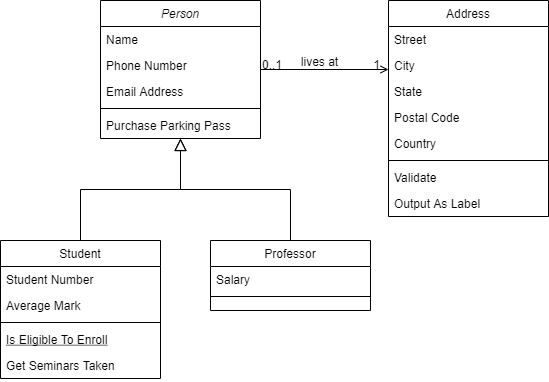
The draw.io diagram DiagramaOO-001.png in Reinaldo0/Faculdade, before a commit. Source tidied: cells renumbered, new cells last; positions are measured from the earlier drawing's top-left corner, leaving out a move shared by most shapes. Source of this version:
```xml
<mxGraphModel>
  <root>
    <mxCell id="0" />
    <mxCell id="1" parent="0" />
    <mxCell id="2" value="Person" style="swimlane;fontStyle=2;align=center;verticalAlign=top;horizontal=1;startSize=26;rounded=0;shadow=0;strokeWidth=1;" parent="1" vertex="1">
      <mxGeometry x="100" width="160" height="138" as="geometry" />
    </mxCell>
    <mxCell id="3" value="Name" style="text;align=left;verticalAlign=top;spacingLeft=4;spacingRight=4;overflow=hidden;" parent="2" vertex="1">
      <mxGeometry y="26" width="160" height="26" as="geometry" />
    </mxCell>
    <mxCell id="4" value="Phone Number" style="text;align=left;verticalAlign=top;spacingLeft=4;spacingRight=4;overflow=hidden;rounded=0;shadow=0;html=0;" parent="2" vertex="1">
      <mxGeometry y="52" width="160" height="26" as="geometry" />
    </mxCell>
    <mxCell id="5" value="Email Address" style="text;align=left;verticalAlign=top;spacingLeft=4;spacingRight=4;overflow=hidden;rounded=0;shadow=0;html=0;" parent="2" vertex="1">
      <mxGeometry y="78" width="160" height="26" as="geometry" />
    </mxCell>
    <mxCell id="6" style="line;html=1;strokeWidth=1;align=left;verticalAlign=middle;spacingTop=-1;spacingLeft=3;spacingRight=3;labelPosition=right;" parent="2" vertex="1">
      <mxGeometry y="104" width="160" height="8" as="geometry" />
    </mxCell>
    <mxCell id="7" value="Purchase Parking Pass" style="text;align=left;verticalAlign=top;spacingLeft=4;spacingRight=4;overflow=hidden;" parent="2" vertex="1">
      <mxGeometry y="112" width="160" height="26" as="geometry" />
    </mxCell>
    <mxCell id="8" value="Student" style="swimlane;fontStyle=0;align=center;verticalAlign=top;horizontal=1;startSize=26;rounded=0;shadow=0;strokeWidth=1;" parent="1" vertex="1">
      <mxGeometry y="240" width="160" height="138" as="geometry" />
    </mxCell>
    <mxCell id="9" value="Student Number" style="text;align=left;verticalAlign=top;spacingLeft=4;spacingRight=4;overflow=hidden;" parent="8" vertex="1">
      <mxGeometry y="26" width="160" height="26" as="geometry" />
    </mxCell>
    <mxCell id="10" value="Average Mark" style="text;align=left;verticalAlign=top;spacingLeft=4;spacingRight=4;overflow=hidden;rounded=0;shadow=0;html=0;" parent="8" vertex="1">
      <mxGeometry y="52" width="160" height="26" as="geometry" />
    </mxCell>
    <mxCell id="11" style="line;html=1;strokeWidth=1;align=left;verticalAlign=middle;spacingTop=-1;spacingLeft=3;spacingRight=3;labelPosition=right;" parent="8" vertex="1">
      <mxGeometry y="78" width="160" height="8" as="geometry" />
    </mxCell>
    <mxCell id="12" value="Is Eligible To Enroll" style="text;align=left;verticalAlign=top;spacingLeft=4;spacingRight=4;overflow=hidden;fontStyle=4;" parent="8" vertex="1">
      <mxGeometry y="86" width="160" height="26" as="geometry" />
    </mxCell>
    <mxCell id="13" value="Get Seminars Taken" style="text;align=left;verticalAlign=top;spacingLeft=4;spacingRight=4;overflow=hidden;" parent="8" vertex="1">
      <mxGeometry y="112" width="160" height="26" as="geometry" />
    </mxCell>
    <mxCell id="14" style="endArrow=block;endSize=10;endFill=0;shadow=0;strokeWidth=1;rounded=0;edgeStyle=elbowEdgeStyle;elbow=vertical;" parent="1" edge="1" source="8" target="2">
      <mxGeometry relative="1" as="geometry" />
    </mxCell>
    <mxCell id="15" value="Professor" style="swimlane;fontStyle=0;align=center;verticalAlign=top;horizontal=1;startSize=26;rounded=0;shadow=0;strokeWidth=1;" parent="1" vertex="1">
      <mxGeometry x="210" y="240" width="160" height="70" as="geometry" />
    </mxCell>
    <mxCell id="16" value="Salary" style="text;align=left;verticalAlign=top;spacingLeft=4;spacingRight=4;overflow=hidden;" parent="15" vertex="1">
      <mxGeometry y="26" width="160" height="26" as="geometry" />
    </mxCell>
    <mxCell id="17" style="line;html=1;strokeWidth=1;align=left;verticalAlign=middle;spacingTop=-1;spacingLeft=3;spacingRight=3;labelPosition=right;" parent="15" vertex="1">
      <mxGeometry y="52" width="160" height="8" as="geometry" />
    </mxCell>
    <mxCell id="18" style="endArrow=block;endSize=10;endFill=0;shadow=0;strokeWidth=1;rounded=0;edgeStyle=elbowEdgeStyle;elbow=vertical;" parent="1" edge="1" source="15" target="2">
      <mxGeometry relative="1" as="geometry" />
    </mxCell>
    <mxCell id="19" value="Address" style="swimlane;fontStyle=0;align=center;verticalAlign=top;horizontal=1;startSize=26;rounded=0;shadow=0;strokeWidth=1;" parent="1" vertex="1">
      <mxGeometry x="388" width="160" height="216" as="geometry" />
    </mxCell>
    <mxCell id="20" value="Street" style="text;align=left;verticalAlign=top;spacingLeft=4;spacingRight=4;overflow=hidden;" parent="19" vertex="1">
      <mxGeometry y="26" width="160" height="26" as="geometry" />
    </mxCell>
    <mxCell id="21" value="City" style="text;align=left;verticalAlign=top;spacingLeft=4;spacingRight=4;overflow=hidden;rounded=0;shadow=0;html=0;" parent="19" vertex="1">
      <mxGeometry y="52" width="160" height="26" as="geometry" />
    </mxCell>
    <mxCell id="22" value="State" style="text;align=left;verticalAlign=top;spacingLeft=4;spacingRight=4;overflow=hidden;rounded=0;shadow=0;html=0;" parent="19" vertex="1">
      <mxGeometry y="78" width="160" height="26" as="geometry" />
    </mxCell>
    <mxCell id="23" value="Postal Code" style="text;align=left;verticalAlign=top;spacingLeft=4;spacingRight=4;overflow=hidden;rounded=0;shadow=0;html=0;" parent="19" vertex="1">
      <mxGeometry y="104" width="160" height="26" as="geometry" />
    </mxCell>
    <mxCell id="24" value="Country" style="text;align=left;verticalAlign=top;spacingLeft=4;spacingRight=4;overflow=hidden;rounded=0;shadow=0;html=0;" parent="19" vertex="1">
      <mxGeometry y="130" width="160" height="26" as="geometry" />
    </mxCell>
    <mxCell id="25" style="line;html=1;strokeWidth=1;align=left;verticalAlign=middle;spacingTop=-1;spacingLeft=3;spacingRight=3;labelPosition=right;" parent="19" vertex="1">
      <mxGeometry y="156" width="160" height="8" as="geometry" />
    </mxCell>
    <mxCell id="26" value="Validate" style="text;align=left;verticalAlign=top;spacingLeft=4;spacingRight=4;overflow=hidden;" parent="19" vertex="1">
      <mxGeometry y="164" width="160" height="26" as="geometry" />
    </mxCell>
    <mxCell id="27" value="Output As Label" style="text;align=left;verticalAlign=top;spacingLeft=4;spacingRight=4;overflow=hidden;" parent="19" vertex="1">
      <mxGeometry y="190" width="160" height="26" as="geometry" />
    </mxCell>
    <mxCell id="28" style="endArrow=open;shadow=0;strokeWidth=1;rounded=0;endFill=1;edgeStyle=elbowEdgeStyle;elbow=vertical;" parent="1" edge="1" source="2" target="19">
      <mxGeometry x="0.5" y="41" relative="1" as="geometry">
        <mxPoint x="-40" y="32" as="offset" />
      </mxGeometry>
    </mxCell>
    <mxCell id="29" value="0..1" style="align=left;verticalAlign=bottom;labelBackgroundColor=none;fontSize=12;" parent="28" vertex="1">
      <mxGeometry x="-1" relative="1" as="geometry">
        <mxPoint y="4" as="offset" />
      </mxGeometry>
    </mxCell>
    <mxCell id="30" value="1" style="align=right;verticalAlign=bottom;labelBackgroundColor=none;fontSize=12;" parent="28" vertex="1">
      <mxGeometry x="1" relative="1" as="geometry">
        <mxPoint x="-7" y="4" as="offset" />
      </mxGeometry>
    </mxCell>
    <mxCell id="31" value="lives at" style="text;html=1;align=center;verticalAlign=middle;labelBackgroundColor=none;rounded=0;shadow=0;strokeWidth=1;fontSize=12;" parent="28" vertex="1">
      <mxGeometry x="0.5" y="49" relative="1" as="geometry">
        <mxPoint x="-38" y="40" as="offset" />
      </mxGeometry>
    </mxCell>
  </root>
</mxGraphModel>
```
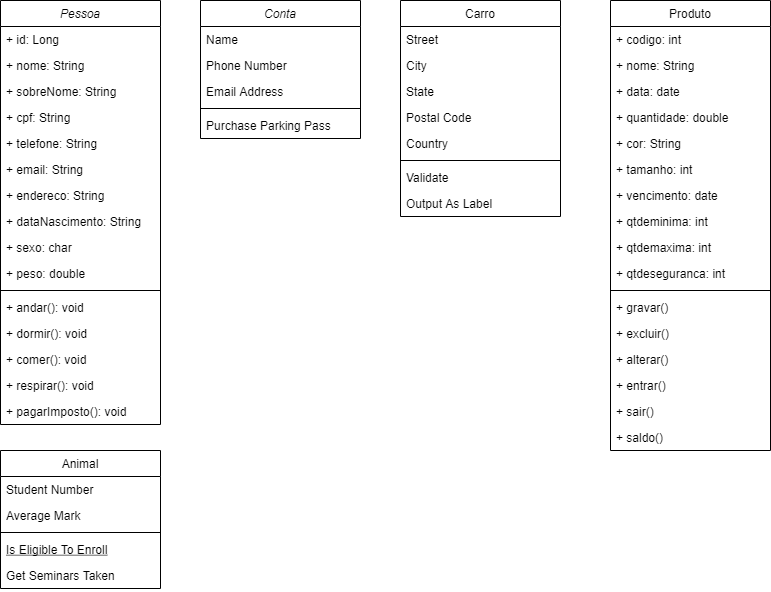
The same diagram one commit later.

Change to the diagram source:
```diff
@@ -2,8 +2,8 @@
   <root>
     <mxCell id="0" />
     <mxCell id="1" parent="0" />
-    <mxCell id="2" value="Person" style="swimlane;fontStyle=2;align=center;verticalAlign=top;horizontal=1;startSize=26;rounded=0;shadow=0;strokeWidth=1;" parent="1" vertex="1">
-      <mxGeometry x="100" width="160" height="138" as="geometry" />
+    <mxCell id="2" value="Conta" style="swimlane;fontStyle=2;align=center;verticalAlign=top;horizontal=1;startSize=26;rounded=0;shadow=0;strokeWidth=1;" parent="1" vertex="1">
+      <mxGeometry x="100" y="-80" width="160" height="138" as="geometry" />
     </mxCell>
     <mxCell id="3" value="Name" style="text;align=left;verticalAlign=top;spacingLeft=4;spacingRight=4;overflow=hidden;" parent="2" vertex="1">
       <mxGeometry y="26" width="160" height="26" as="geometry" />
@@ -20,8 +20,8 @@
     <mxCell id="7" value="Purchase Parking Pass" style="text;align=left;verticalAlign=top;spacingLeft=4;spacingRight=4;overflow=hidden;" parent="2" vertex="1">
       <mxGeometry y="112" width="160" height="26" as="geometry" />
     </mxCell>
-    <mxCell id="8" value="Student" style="swimlane;fontStyle=0;align=center;verticalAlign=top;horizontal=1;startSize=26;rounded=0;shadow=0;strokeWidth=1;" parent="1" vertex="1">
-      <mxGeometry y="240" width="160" height="138" as="geometry" />
+    <mxCell id="8" value="Animal" style="swimlane;fontStyle=0;align=center;verticalAlign=top;horizontal=1;startSize=26;rounded=0;shadow=0;strokeWidth=1;" parent="1" vertex="1">
+      <mxGeometry x="-100" y="370" width="160" height="138" as="geometry" />
     </mxCell>
     <mxCell id="9" value="Student Number" style="text;align=left;verticalAlign=top;spacingLeft=4;spacingRight=4;overflow=hidden;" parent="8" vertex="1">
       <mxGeometry y="26" width="160" height="26" as="geometry" />
@@ -38,23 +38,62 @@
     <mxCell id="13" value="Get Seminars Taken" style="text;align=left;verticalAlign=top;spacingLeft=4;spacingRight=4;overflow=hidden;" parent="8" vertex="1">
       <mxGeometry y="112" width="160" height="26" as="geometry" />
     </mxCell>
-    <mxCell id="14" style="endArrow=block;endSize=10;endFill=0;shadow=0;strokeWidth=1;rounded=0;edgeStyle=elbowEdgeStyle;elbow=vertical;" parent="1" edge="1" source="8" target="2">
-      <mxGeometry relative="1" as="geometry" />
-    </mxCell>
-    <mxCell id="15" value="Professor" style="swimlane;fontStyle=0;align=center;verticalAlign=top;horizontal=1;startSize=26;rounded=0;shadow=0;strokeWidth=1;" parent="1" vertex="1">
-      <mxGeometry x="210" y="240" width="160" height="70" as="geometry" />
+    <mxCell id="15" value="Produto" style="swimlane;fontStyle=0;align=center;verticalAlign=top;horizontal=1;startSize=26;rounded=0;shadow=0;strokeWidth=1;" parent="1" vertex="1">
+      <mxGeometry x="510" y="-80" width="160" height="450" as="geometry" />
     </mxCell>
-    <mxCell id="16" value="Salary" style="text;align=left;verticalAlign=top;spacingLeft=4;spacingRight=4;overflow=hidden;" parent="15" vertex="1">
+    <mxCell id="16" value="+ codigo: int" style="text;align=left;verticalAlign=top;spacingLeft=4;spacingRight=4;overflow=hidden;" parent="15" vertex="1">
       <mxGeometry y="26" width="160" height="26" as="geometry" />
     </mxCell>
+    <mxCell id="32" value="+ nome: String" style="text;align=left;verticalAlign=top;spacingLeft=4;spacingRight=4;overflow=hidden;" parent="15" vertex="1">
+      <mxGeometry y="52" width="160" height="26" as="geometry" />
+    </mxCell>
+    <mxCell id="33" value="+ data: date" style="text;align=left;verticalAlign=top;spacingLeft=4;spacingRight=4;overflow=hidden;" parent="15" vertex="1">
+      <mxGeometry y="78" width="160" height="26" as="geometry" />
+    </mxCell>
+    <mxCell id="34" value="+ quantidade: double" style="text;align=left;verticalAlign=top;spacingLeft=4;spacingRight=4;overflow=hidden;" parent="15" vertex="1">
+      <mxGeometry y="104" width="160" height="26" as="geometry" />
+    </mxCell>
+    <mxCell id="35" value="+ cor: String" style="text;align=left;verticalAlign=top;spacingLeft=4;spacingRight=4;overflow=hidden;" parent="15" vertex="1">
+      <mxGeometry y="130" width="160" height="26" as="geometry" />
+    </mxCell>
+    <mxCell id="36" value="+ tamanho: int" style="text;align=left;verticalAlign=top;spacingLeft=4;spacingRight=4;overflow=hidden;" parent="15" vertex="1">
+      <mxGeometry y="156" width="160" height="26" as="geometry" />
+    </mxCell>
+    <mxCell id="37" value="+ vencimento: date" style="text;align=left;verticalAlign=top;spacingLeft=4;spacingRight=4;overflow=hidden;" parent="15" vertex="1">
+      <mxGeometry y="182" width="160" height="26" as="geometry" />
+    </mxCell>
+    <mxCell id="38" value="+ qtdeminima: int" style="text;align=left;verticalAlign=top;spacingLeft=4;spacingRight=4;overflow=hidden;" parent="15" vertex="1">
+      <mxGeometry y="208" width="160" height="26" as="geometry" />
+    </mxCell>
+    <mxCell id="39" value="+ qtdemaxima: int" style="text;align=left;verticalAlign=top;spacingLeft=4;spacingRight=4;overflow=hidden;" parent="15" vertex="1">
+      <mxGeometry y="234" width="160" height="26" as="geometry" />
+    </mxCell>
+    <mxCell id="40" value="+ qtdeseguranca: int" style="text;align=left;verticalAlign=top;spacingLeft=4;spacingRight=4;overflow=hidden;" parent="15" vertex="1">
+      <mxGeometry y="260" width="160" height="26" as="geometry" />
+    </mxCell>
     <mxCell id="17" style="line;html=1;strokeWidth=1;align=left;verticalAlign=middle;spacingTop=-1;spacingLeft=3;spacingRight=3;labelPosition=right;" parent="15" vertex="1">
-      <mxGeometry y="52" width="160" height="8" as="geometry" />
+      <mxGeometry y="286" width="160" height="8" as="geometry" />
     </mxCell>
-    <mxCell id="18" style="endArrow=block;endSize=10;endFill=0;shadow=0;strokeWidth=1;rounded=0;edgeStyle=elbowEdgeStyle;elbow=vertical;" parent="1" edge="1" source="15" target="2">
-      <mxGeometry relative="1" as="geometry" />
-    </mxCell>
+    <mxCell id="41" value="+ gravar()" style="text;align=left;verticalAlign=top;spacingLeft=4;spacingRight=4;overflow=hidden;" parent="15" vertex="1">
+      <mxGeometry y="294" width="160" height="26" as="geometry" />
+    </mxCell>
+    <mxCell id="42" value="+ excluir()" style="text;align=left;verticalAlign=top;spacingLeft=4;spacingRight=4;overflow=hidden;" parent="15" vertex="1">
+      <mxGeometry y="320" width="160" height="26" as="geometry" />
+    </mxCell>
+    <mxCell id="43" value="+ alterar()" style="text;align=left;verticalAlign=top;spacingLeft=4;spacingRight=4;overflow=hidden;" parent="15" vertex="1">
+      <mxGeometry y="346" width="160" height="26" as="geometry" />
+    </mxCell>
+    <mxCell id="44" value="+ entrar()" style="text;align=left;verticalAlign=top;spacingLeft=4;spacingRight=4;overflow=hidden;" parent="15" vertex="1">
+      <mxGeometry y="372" width="160" height="26" as="geometry" />
+    </mxCell>
+    <mxCell id="45" value="+ sair()" style="text;align=left;verticalAlign=top;spacingLeft=4;spacingRight=4;overflow=hidden;" parent="15" vertex="1">
+      <mxGeometry y="398" width="160" height="26" as="geometry" />
+    </mxCell>
+    <mxCell id="46" value="+ saldo()" style="text;align=left;verticalAlign=top;spacingLeft=4;spacingRight=4;overflow=hidden;" parent="15" vertex="1">
+      <mxGeometry y="424" width="160" height="26" as="geometry" />
+    </mxCell>
-    <mxCell id="19" value="Address" style="swimlane;fontStyle=0;align=center;verticalAlign=top;horizontal=1;startSize=26;rounded=0;shadow=0;strokeWidth=1;" parent="1" vertex="1">
-      <mxGeometry x="388" width="160" height="216" as="geometry" />
+    <mxCell id="19" value="Carro" style="swimlane;fontStyle=0;align=center;verticalAlign=top;horizontal=1;startSize=26;rounded=0;shadow=0;strokeWidth=1;" parent="1" vertex="1">
+      <mxGeometry x="300" y="-80" width="160" height="216" as="geometry" />
     </mxCell>
     <mxCell id="20" value="Street" style="text;align=left;verticalAlign=top;spacingLeft=4;spacingRight=4;overflow=hidden;" parent="19" vertex="1">
       <mxGeometry y="26" width="160" height="26" as="geometry" />
@@ -80,25 +119,56 @@
     <mxCell id="27" value="Output As Label" style="text;align=left;verticalAlign=top;spacingLeft=4;spacingRight=4;overflow=hidden;" parent="19" vertex="1">
       <mxGeometry y="190" width="160" height="26" as="geometry" />
     </mxCell>
-    <mxCell id="28" style="endArrow=open;shadow=0;strokeWidth=1;rounded=0;endFill=1;edgeStyle=elbowEdgeStyle;elbow=vertical;" parent="1" edge="1" source="2" target="19">
-      <mxGeometry x="0.5" y="41" relative="1" as="geometry">
-        <mxPoint x="-40" y="32" as="offset" />
-      </mxGeometry>
-    </mxCell>
-    <mxCell id="29" value="0..1" style="align=left;verticalAlign=bottom;labelBackgroundColor=none;fontSize=12;" parent="28" vertex="1">
-      <mxGeometry x="-1" relative="1" as="geometry">
-        <mxPoint y="4" as="offset" />
-      </mxGeometry>
-    </mxCell>
-    <mxCell id="30" value="1" style="align=right;verticalAlign=bottom;labelBackgroundColor=none;fontSize=12;" parent="28" vertex="1">
-      <mxGeometry x="1" relative="1" as="geometry">
-        <mxPoint x="-7" y="4" as="offset" />
-      </mxGeometry>
-    </mxCell>
-    <mxCell id="31" value="lives at" style="text;html=1;align=center;verticalAlign=middle;labelBackgroundColor=none;rounded=0;shadow=0;strokeWidth=1;fontSize=12;" parent="28" vertex="1">
-      <mxGeometry x="0.5" y="49" relative="1" as="geometry">
-        <mxPoint x="-38" y="40" as="offset" />
-      </mxGeometry>
-    </mxCell>
+    <mxCell id="47" value="Pessoa" style="swimlane;fontStyle=2;align=center;verticalAlign=top;horizontal=1;startSize=26;rounded=0;shadow=0;strokeWidth=1;" parent="1" vertex="1">
+      <mxGeometry x="-100" y="-80" width="160" height="424" as="geometry" />
+    </mxCell>
+    <mxCell id="48" value="+ id: Long" style="text;align=left;verticalAlign=top;spacingLeft=4;spacingRight=4;overflow=hidden;" parent="47" vertex="1">
+      <mxGeometry y="26" width="160" height="26" as="geometry" />
+    </mxCell>
+    <mxCell id="49" value="+ nome: String" style="text;align=left;verticalAlign=top;spacingLeft=4;spacingRight=4;overflow=hidden;rounded=0;shadow=0;html=0;" parent="47" vertex="1">
+      <mxGeometry y="52" width="160" height="26" as="geometry" />
+    </mxCell>
+    <mxCell id="50" value="+ sobreNome: String" style="text;align=left;verticalAlign=top;spacingLeft=4;spacingRight=4;overflow=hidden;rounded=0;shadow=0;html=0;" parent="47" vertex="1">
+      <mxGeometry y="78" width="160" height="26" as="geometry" />
+    </mxCell>
+    <mxCell id="51" value="+ cpf: String" style="text;align=left;verticalAlign=top;spacingLeft=4;spacingRight=4;overflow=hidden;" parent="47" vertex="1">
+      <mxGeometry y="104" width="160" height="26" as="geometry" />
+    </mxCell>
+    <mxCell id="52" value="+ telefone: String" style="text;align=left;verticalAlign=top;spacingLeft=4;spacingRight=4;overflow=hidden;rounded=0;shadow=0;html=0;" parent="47" vertex="1">
+      <mxGeometry y="130" width="160" height="26" as="geometry" />
+    </mxCell>
+    <mxCell id="53" value="+ email: String" style="text;align=left;verticalAlign=top;spacingLeft=4;spacingRight=4;overflow=hidden;rounded=0;shadow=0;html=0;" parent="47" vertex="1">
+      <mxGeometry y="156" width="160" height="26" as="geometry" />
+    </mxCell>
+    <mxCell id="54" value="+ endereco: String" style="text;align=left;verticalAlign=top;spacingLeft=4;spacingRight=4;overflow=hidden;rounded=0;shadow=0;html=0;" parent="47" vertex="1">
+      <mxGeometry y="182" width="160" height="26" as="geometry" />
+    </mxCell>
+    <mxCell id="55" value="+ dataNascimento: String" style="text;align=left;verticalAlign=top;spacingLeft=4;spacingRight=4;overflow=hidden;rounded=0;shadow=0;html=0;" parent="47" vertex="1">
+      <mxGeometry y="208" width="160" height="26" as="geometry" />
+    </mxCell>
+    <mxCell id="56" value="+ sexo: char" style="text;align=left;verticalAlign=top;spacingLeft=4;spacingRight=4;overflow=hidden;rounded=0;shadow=0;html=0;" parent="47" vertex="1">
+      <mxGeometry y="234" width="160" height="26" as="geometry" />
+    </mxCell>
+    <mxCell id="57" value="+ peso: double" style="text;align=left;verticalAlign=top;spacingLeft=4;spacingRight=4;overflow=hidden;rounded=0;shadow=0;html=0;" parent="47" vertex="1">
+      <mxGeometry y="260" width="160" height="26" as="geometry" />
+    </mxCell>
+    <mxCell id="58" style="line;html=1;strokeWidth=1;align=left;verticalAlign=middle;spacingTop=-1;spacingLeft=3;spacingRight=3;labelPosition=right;" parent="47" vertex="1">
+      <mxGeometry y="286" width="160" height="8" as="geometry" />
+    </mxCell>
+    <mxCell id="59" value="+ andar(): void" style="text;align=left;verticalAlign=top;spacingLeft=4;spacingRight=4;overflow=hidden;" parent="47" vertex="1">
+      <mxGeometry y="294" width="160" height="26" as="geometry" />
+    </mxCell>
+    <mxCell id="60" value="+ dormir(): void" style="text;align=left;verticalAlign=top;spacingLeft=4;spacingRight=4;overflow=hidden;" parent="47" vertex="1">
+      <mxGeometry y="320" width="160" height="26" as="geometry" />
+    </mxCell>
+    <mxCell id="61" value="+ comer(): void" style="text;align=left;verticalAlign=top;spacingLeft=4;spacingRight=4;overflow=hidden;" parent="47" vertex="1">
+      <mxGeometry y="346" width="160" height="26" as="geometry" />
+    </mxCell>
+    <mxCell id="62" value="+ respirar(): void" style="text;align=left;verticalAlign=top;spacingLeft=4;spacingRight=4;overflow=hidden;" parent="47" vertex="1">
+      <mxGeometry y="372" width="160" height="26" as="geometry" />
+    </mxCell>
+    <mxCell id="63" value="+ pagarImposto(): void" style="text;align=left;verticalAlign=top;spacingLeft=4;spacingRight=4;overflow=hidden;" parent="47" vertex="1">
+      <mxGeometry y="398" width="160" height="26" as="geometry" />
+    </mxCell>
   </root>
 </mxGraphModel>
```
